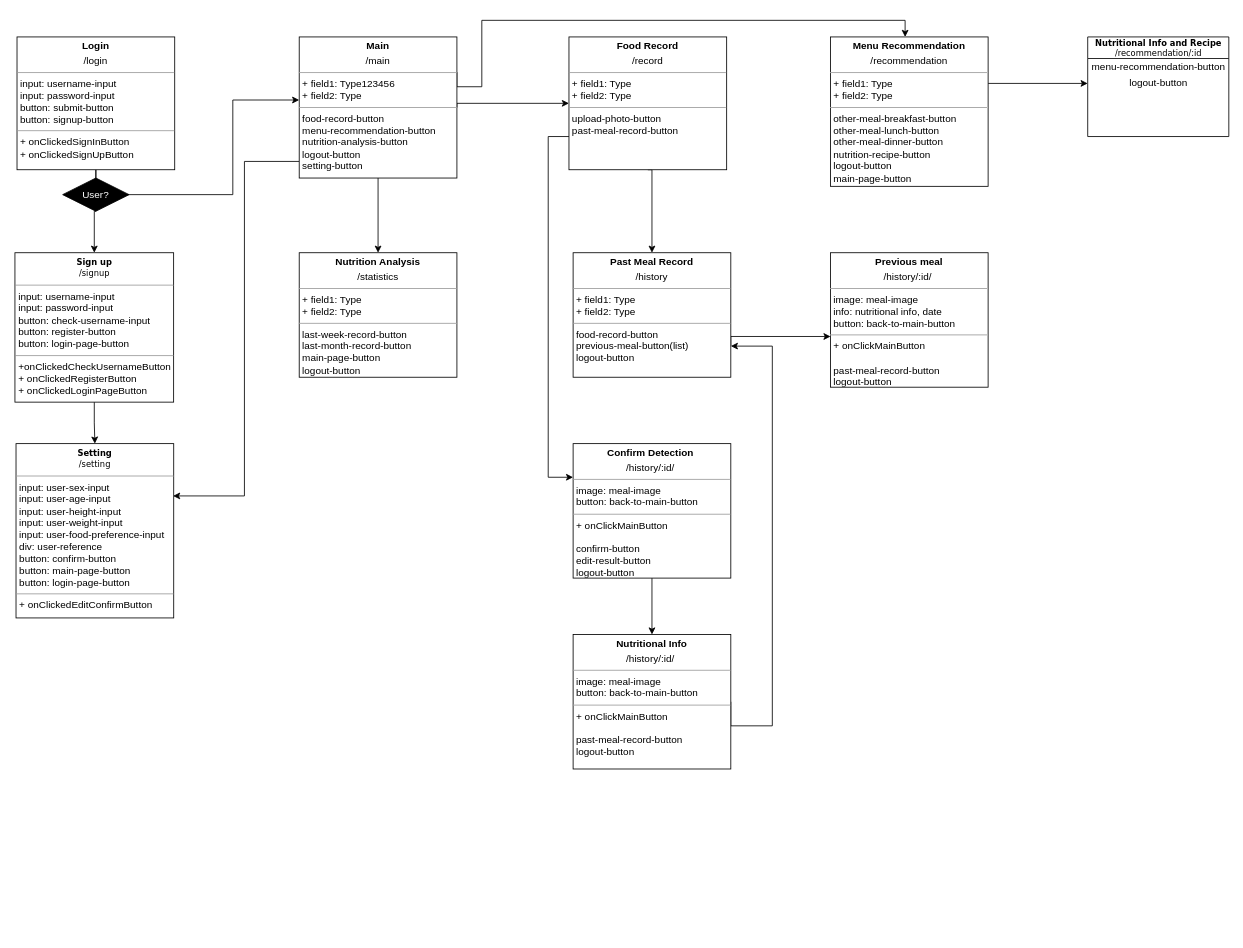
Above: Untitled Diagram.drawio in swsnu/swpp2021-team5 (draw.io), before the change. Source tidied: cells renumbered, new cells numbered last; positions are measured from the earlier drawing's top-left corner, leaving out a move shared by most shapes. Both pictures are drawn from the tidied source at 83%, with x=0, y=0 at pixel (15, 20).
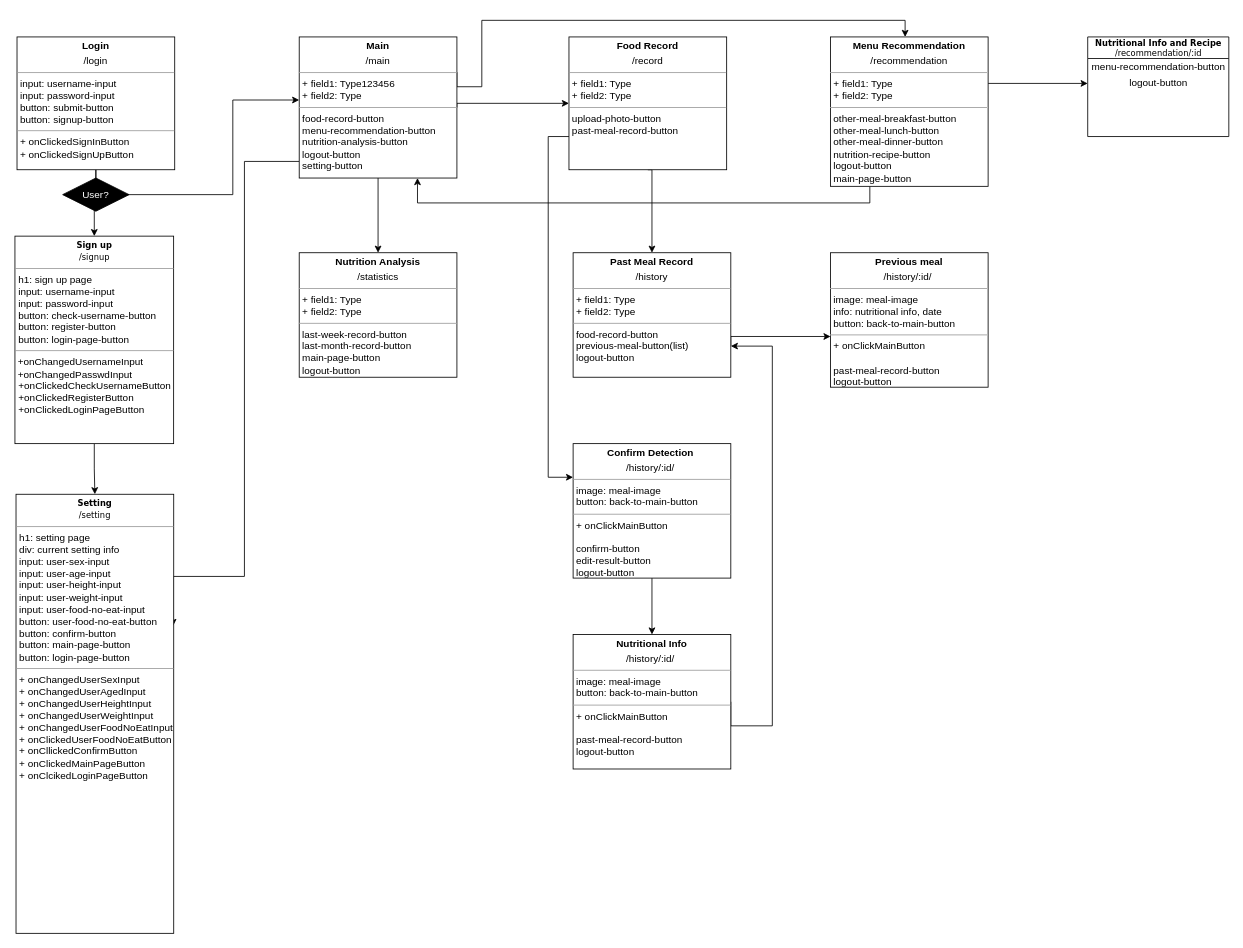
The same diagram, later.

Unchanged cells that the change refers to:
```xml
<mxCell id="7" value="&lt;p style=&quot;margin: 0px ; margin-top: 4px ; text-align: center&quot;&gt;&lt;b&gt;Menu Recommendation&lt;/b&gt;&lt;/p&gt;&lt;p style=&quot;margin: 0px ; margin-top: 4px ; text-align: center&quot;&gt;/recommendation&lt;/p&gt;&lt;hr size=&quot;1&quot;&gt;&lt;p style=&quot;margin: 0px ; margin-left: 4px&quot;&gt;+ field1: Type&lt;br&gt;+ field2: Type&lt;/p&gt;&lt;hr size=&quot;1&quot;&gt;&lt;p style=&quot;margin: 0px ; margin-left: 4px&quot;&gt;&lt;span&gt;other-meal-breakfast-button&lt;/span&gt;&lt;br&gt;&lt;/p&gt;&lt;p style=&quot;margin: 0px ; margin-left: 4px&quot;&gt;other-meal-lunch-button&lt;/p&gt;&lt;p style=&quot;margin: 0px ; margin-left: 4px&quot;&gt;other-meal-dinner-button&lt;/p&gt;&lt;p style=&quot;margin: 0px ; margin-left: 4px&quot;&gt;nutrition-recipe-button&lt;/p&gt;&lt;p style=&quot;margin: 0px ; margin-left: 4px&quot;&gt;logout-button&lt;/p&gt;&lt;p style=&quot;margin: 0px ; margin-left: 4px&quot;&gt;main-page-button&lt;/p&gt;" style="verticalAlign=top;align=left;overflow=fill;fontSize=12;fontFamily=Helvetica;html=1;rounded=0;shadow=0;comic=0;labelBackgroundColor=none;strokeWidth=1;" parent="1" vertex="1">
  <mxGeometry x="982" y="20" width="190" height="180" as="geometry" />
</mxCell>
<mxCell id="12" value="&lt;p style=&quot;margin: 0px ; margin-top: 4px ; text-align: center&quot;&gt;&lt;b&gt;Main&lt;/b&gt;&lt;/p&gt;&lt;p style=&quot;margin: 0px ; margin-top: 4px ; text-align: center&quot;&gt;/main&lt;/p&gt;&lt;hr size=&quot;1&quot;&gt;&lt;p style=&quot;margin: 0px ; margin-left: 4px&quot;&gt;+ field1: Type123456&lt;br&gt;+ field2: Type&lt;/p&gt;&lt;hr size=&quot;1&quot;&gt;&lt;p style=&quot;margin: 0px ; margin-left: 4px&quot;&gt;food-record-button&lt;/p&gt;&lt;p style=&quot;margin: 0px ; margin-left: 4px&quot;&gt;menu-recommendation-button&lt;/p&gt;&lt;p style=&quot;margin: 0px ; margin-left: 4px&quot;&gt;nutrition-analysis-button&lt;/p&gt;&lt;p style=&quot;margin: 0px ; margin-left: 4px&quot;&gt;logout-button&lt;/p&gt;&lt;p style=&quot;margin: 0px ; margin-left: 4px&quot;&gt;setting-button&lt;/p&gt;" style="verticalAlign=top;align=left;overflow=fill;fontSize=12;fontFamily=Helvetica;html=1;rounded=0;shadow=0;comic=0;labelBackgroundColor=none;strokeWidth=1;" parent="1" vertex="1">
  <mxGeometry x="342" y="20" width="190" height="170" as="geometry" />
</mxCell>
```

Diff of the diagram source:
```diff
@@
+    <mxCell id="30" style="edgeStyle=orthogonalEdgeStyle;rounded=0;jettySize=auto;html=1;exitX=0.25;exitY=1;exitDx=0;exitDy=0;entryX=0.75;entryY=1;entryDx=0;entryDy=0;fontColor=#FFFFFF;" parent="1" edge="1" source="7" target="12">
+      <mxGeometry relative="1" as="geometry" />
+    </mxCell>
@@
     <mxCell id="8" style="edgeStyle=orthogonalEdgeStyle;rounded=0;jettySize=auto;html=1;entryX=0.996;entryY=0.3;entryDx=0;entryDy=0;entryPerimeter=0;" parent="1" edge="1" source="12" target="24">
       <mxGeometry relative="1" as="geometry">
         <Array as="points">
           <mxPoint x="276" y="170" />
-          <mxPoint x="276" y="573" />
+          <mxPoint x="276" y="670" />
         </Array>
       </mxGeometry>
     </mxCell>
@@
-    <mxCell id="23" value="&lt;p style=&quot;margin: 4px 0px 0px ; text-align: center&quot;&gt;&lt;b style=&quot;font-family: &amp;#34;verdana&amp;#34; ; font-size: 10px&quot;&gt;Sign up&lt;/b&gt;&lt;br style=&quot;font-family: &amp;#34;verdana&amp;#34; ; font-size: 10px&quot;&gt;&lt;span style=&quot;font-family: &amp;#34;verdana&amp;#34; ; font-size: 10px&quot;&gt;/signup&lt;/span&gt;&lt;br&gt;&lt;/p&gt;&lt;hr size=&quot;1&quot;&gt;&lt;p style=&quot;margin: 0px 0px 0px 4px&quot;&gt;input: username-input&lt;/p&gt;&lt;p style=&quot;margin: 0px 0px 0px 4px&quot;&gt;input: password-input&lt;/p&gt;&lt;p style=&quot;margin: 0px 0px 0px 4px&quot;&gt;button: check-username-input&lt;/p&gt;&lt;p style=&quot;margin: 0px 0px 0px 4px&quot;&gt;button: register-button&lt;/p&gt;&lt;p style=&quot;margin: 0px 0px 0px 4px&quot;&gt;button: login-page-button&lt;/p&gt;&lt;hr size=&quot;1&quot;&gt;&lt;p style=&quot;margin: 0px 0px 0px 4px&quot;&gt;+onClickedCheckUsernameButton&lt;/p&gt;&lt;p style=&quot;margin: 0px 0px 0px 4px&quot;&gt;+ onClickedRegisterButton&lt;/p&gt;&lt;p style=&quot;margin: 0px 0px 0px 4px&quot;&gt;+ onClickedLoginPageButton&lt;/p&gt;" style="verticalAlign=top;align=left;overflow=fill;fontSize=12;fontFamily=Helvetica;html=1;" parent="1" vertex="1">
-      <mxGeometry x="-0.5" y="280" width="191.2" height="180" as="geometry" />
+    <mxCell id="23" value="&lt;p style=&quot;margin: 4px 0px 0px ; text-align: center&quot;&gt;&lt;b style=&quot;font-family: &amp;#34;verdana&amp;#34; ; font-size: 10px&quot;&gt;Sign up&lt;/b&gt;&lt;br style=&quot;font-family: &amp;#34;verdana&amp;#34; ; font-size: 10px&quot;&gt;&lt;span style=&quot;font-family: &amp;#34;verdana&amp;#34; ; font-size: 10px&quot;&gt;/signup&lt;/span&gt;&lt;br&gt;&lt;/p&gt;&lt;hr size=&quot;1&quot;&gt;&lt;p style=&quot;margin: 0px 0px 0px 4px&quot;&gt;h1: sign up page&lt;/p&gt;&lt;p style=&quot;margin: 0px 0px 0px 4px&quot;&gt;input: username-input&lt;/p&gt;&lt;p style=&quot;margin: 0px 0px 0px 4px&quot;&gt;input: password-input&lt;/p&gt;&lt;p style=&quot;margin: 0px 0px 0px 4px&quot;&gt;button: check-username-button&lt;/p&gt;&lt;p style=&quot;margin: 0px 0px 0px 4px&quot;&gt;button: register-button&lt;/p&gt;&lt;p style=&quot;margin: 0px 0px 0px 4px&quot;&gt;button: login-page-button&lt;/p&gt;&lt;hr size=&quot;1&quot;&gt;&amp;nbsp;+onChangedUsernameInput&lt;br&gt;&amp;nbsp;+onChangedPasswdInput&lt;br&gt;&lt;p style=&quot;margin: 0px 0px 0px 4px&quot;&gt;+onClickedCheckUsernameButton&lt;/p&gt;&lt;p style=&quot;margin: 0px 0px 0px 4px&quot;&gt;+onClickedRegisterButton&lt;/p&gt;&lt;p style=&quot;margin: 0px 0px 0px 4px&quot;&gt;+onClickedLoginPageButton&lt;/p&gt;" style="verticalAlign=top;align=left;overflow=fill;fontSize=12;fontFamily=Helvetica;html=1;" parent="1" vertex="1">
+      <mxGeometry x="-0.5" y="260" width="191.2" height="250" as="geometry" />
     </mxCell>
-    <mxCell id="24" value="&lt;p style=&quot;margin: 4px 0px 0px ; text-align: center&quot;&gt;&lt;b style=&quot;font-family: &amp;#34;verdana&amp;#34; ; font-size: 10px&quot;&gt;Setting&lt;/b&gt;&lt;br style=&quot;font-family: &amp;#34;verdana&amp;#34; ; font-size: 10px&quot;&gt;&lt;span style=&quot;font-family: &amp;#34;verdana&amp;#34; ; font-size: 10px&quot;&gt;/setting&lt;/span&gt;&lt;br&gt;&lt;/p&gt;&lt;hr size=&quot;1&quot;&gt;&lt;p style=&quot;margin: 0px 0px 0px 4px&quot;&gt;input: user-sex-input&lt;/p&gt;&lt;p style=&quot;margin: 0px 0px 0px 4px&quot;&gt;input: user-age-input&lt;/p&gt;&lt;p style=&quot;margin: 0px 0px 0px 4px&quot;&gt;input: user-height-input&lt;/p&gt;&lt;p style=&quot;margin: 0px 0px 0px 4px&quot;&gt;input: user-weight-input&lt;/p&gt;&lt;p style=&quot;margin: 0px 0px 0px 4px&quot;&gt;input: user-food-preference-input&lt;br&gt;&lt;/p&gt;&lt;p style=&quot;margin: 0px 0px 0px 4px&quot;&gt;div: user-reference&lt;/p&gt;&lt;p style=&quot;margin: 0px 0px 0px 4px&quot;&gt;button: confirm-button&lt;/p&gt;&lt;p style=&quot;margin: 0px 0px 0px 4px&quot;&gt;button: main-page-button&lt;/p&gt;&lt;p style=&quot;margin: 0px 0px 0px 4px&quot;&gt;button: login-page-button&lt;/p&gt;&lt;hr size=&quot;1&quot;&gt;&lt;p style=&quot;margin: 0px 0px 0px 4px&quot;&gt;+ onClickedEditConfirmButton&lt;/p&gt;" style="verticalAlign=top;align=left;overflow=fill;fontSize=12;fontFamily=Helvetica;html=1;" parent="1" vertex="1">
-      <mxGeometry x="0.8" y="510" width="190" height="210" as="geometry" />
+    <mxCell id="24" value="&lt;p style=&quot;margin: 4px 0px 0px ; text-align: center&quot;&gt;&lt;b style=&quot;font-family: &amp;#34;verdana&amp;#34; ; font-size: 10px&quot;&gt;Setting&lt;/b&gt;&lt;br style=&quot;font-family: &amp;#34;verdana&amp;#34; ; font-size: 10px&quot;&gt;&lt;span style=&quot;font-family: &amp;#34;verdana&amp;#34; ; font-size: 10px&quot;&gt;/setting&lt;/span&gt;&lt;br&gt;&lt;/p&gt;&lt;hr size=&quot;1&quot;&gt;&lt;p style=&quot;margin: 0px 0px 0px 4px&quot;&gt;h1: setting page&lt;/p&gt;&lt;p style=&quot;margin: 0px 0px 0px 4px&quot;&gt;div: current setting info&lt;/p&gt;&lt;p style=&quot;margin: 0px 0px 0px 4px&quot;&gt;input: user-sex-input&lt;/p&gt;&lt;p style=&quot;margin: 0px 0px 0px 4px&quot;&gt;input: user-age-input&lt;/p&gt;&lt;p style=&quot;margin: 0px 0px 0px 4px&quot;&gt;input: user-height-input&lt;/p&gt;&lt;p style=&quot;margin: 0px 0px 0px 4px&quot;&gt;input: user-weight-input&lt;/p&gt;&lt;p style=&quot;margin: 0px 0px 0px 4px&quot;&gt;input: user-food-no-eat-input&lt;br&gt;&lt;/p&gt;&lt;p style=&quot;margin: 0px 0px 0px 4px&quot;&gt;button: user-food-no-eat-button&lt;/p&gt;&lt;p style=&quot;margin: 0px 0px 0px 4px&quot;&gt;&lt;span&gt;button: confirm-button&lt;/span&gt;&lt;br&gt;&lt;/p&gt;&lt;p style=&quot;margin: 0px 0px 0px 4px&quot;&gt;button: main-page-button&lt;/p&gt;&lt;p style=&quot;margin: 0px 0px 0px 4px&quot;&gt;button: login-page-button&lt;/p&gt;&lt;hr size=&quot;1&quot;&gt;&lt;p style=&quot;margin: 0px 0px 0px 4px&quot;&gt;+ onChangedUserSexInput&lt;/p&gt;&lt;p style=&quot;margin: 0px 0px 0px 4px&quot;&gt;+ onChangedUserAgedInput&lt;/p&gt;&lt;p style=&quot;margin: 0px 0px 0px 4px&quot;&gt;+ onChangedUserHeightInput&lt;/p&gt;&lt;p style=&quot;margin: 0px 0px 0px 4px&quot;&gt;+ onChangedUserWeightInput&lt;/p&gt;&lt;p style=&quot;margin: 0px 0px 0px 4px&quot;&gt;+ onChangedUserFoodNoEatInput&lt;/p&gt;&lt;p style=&quot;margin: 0px 0px 0px 4px&quot;&gt;+ onClickedUserFoodNoEatButton&lt;/p&gt;&lt;p style=&quot;margin: 0px 0px 0px 4px&quot;&gt;+ onCllickedConfirmButton&lt;/p&gt;&lt;p style=&quot;margin: 0px 0px 0px 4px&quot;&gt;+ onClickedMainPageButton&lt;/p&gt;&lt;p style=&quot;margin: 0px 0px 0px 4px&quot;&gt;+ onClcikedLoginPageButton&lt;/p&gt;&lt;p style=&quot;margin: 0px 0px 0px 4px&quot;&gt;&lt;br&gt;&lt;/p&gt;" style="verticalAlign=top;align=left;overflow=fill;fontSize=12;fontFamily=Helvetica;html=1;" parent="1" vertex="1">
+      <mxGeometry x="0.8" y="571" width="190" height="529" as="geometry" />
     </mxCell>
```
